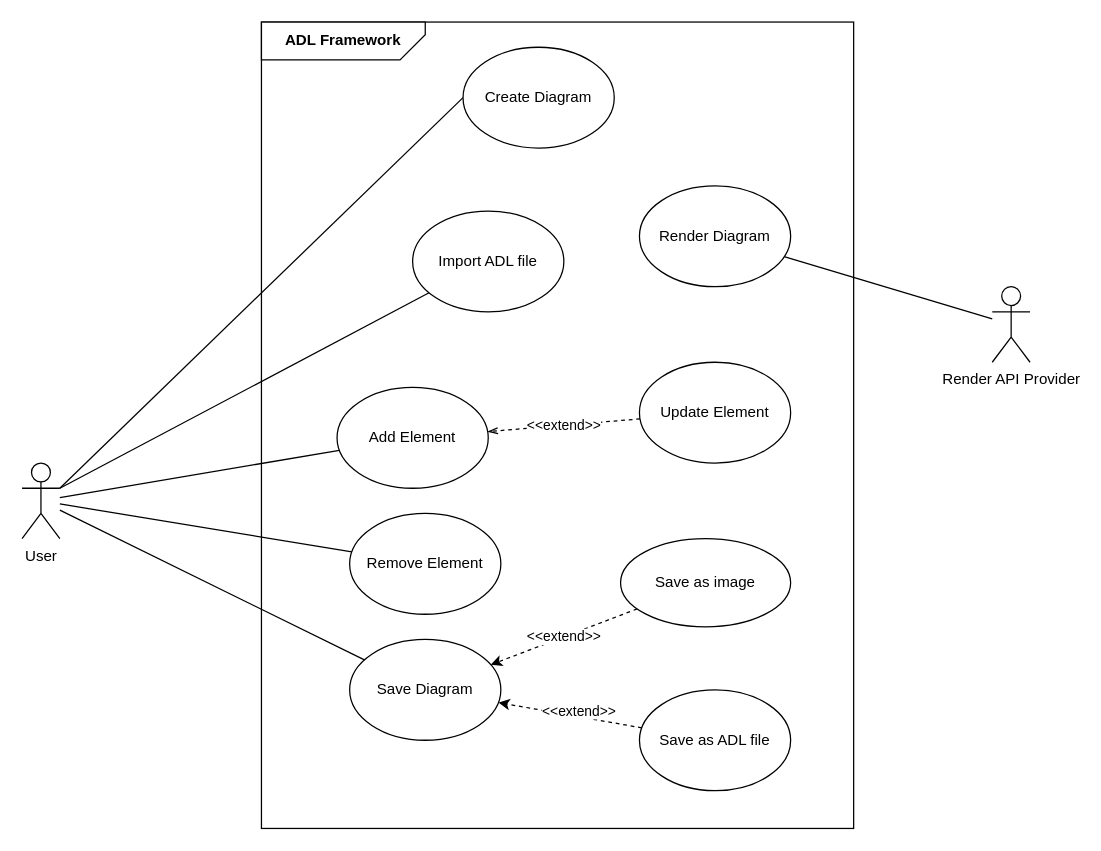
Above: UseCase.drawio in phunm211/SW-Associate-Architecture (draw.io), before the change. Source tidied: cells renumbered, new cells numbered last; positions are measured from the earlier drawing's top-left corner, leaving out a move shared by most shapes. Both pictures are drawn from the tidied source at 126%, with x=0, y=0 at pixel (21, -42).
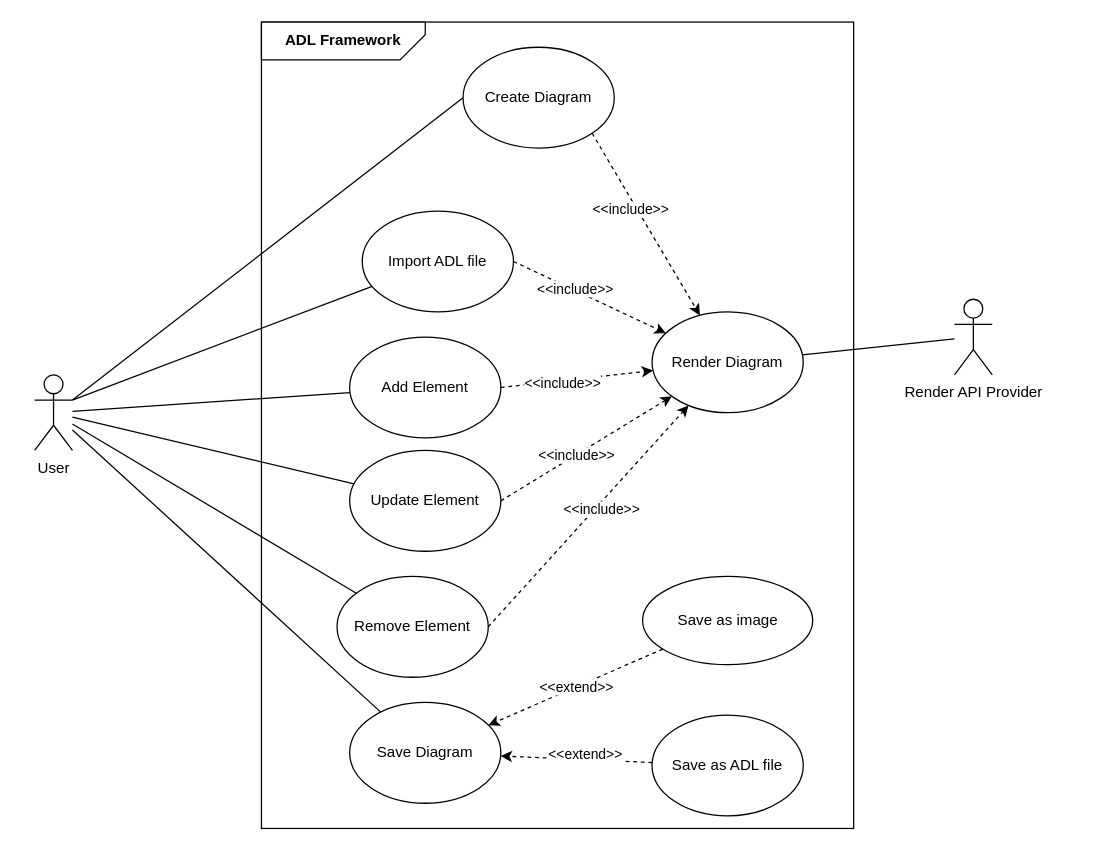
The same page after the edit.

The change refers to these unchanged cells:
```xml
<mxCell id="10" value="Create Diagram" style="ellipse;whiteSpace=wrap;html=1;" parent="1" vertex="1">
  <mxGeometry x="350" y="70" width="120" height="80" as="geometry" />
</mxCell>
```

Change to the diagram source:
```diff
@@
+    <mxCell id="25" style="rounded=0;jettySize=auto;html=1;endArrow=none;endFill=0;" parent="1" edge="1" source="8" target="16">
+      <mxGeometry relative="1" as="geometry" />
+    </mxCell>
     <mxCell id="8" value="User" style="shape=umlActor;verticalLabelPosition=bottom;verticalAlign=top;html=1;" parent="1" vertex="1">
-      <mxGeometry y="400" width="30" height="60" as="geometry" />
+      <mxGeometry x="10" y="330" width="30" height="60" as="geometry" />
     </mxCell>
@@
+    <mxCell id="26" style="rounded=0;jettySize=auto;html=1;exitX=1;exitY=1;exitDx=0;exitDy=0;dashed=1;" parent="1" edge="1" source="10" target="23">
+      <mxGeometry relative="1" as="geometry" />
+    </mxCell>
+    <mxCell id="27" value="&amp;lt;&amp;lt;include&amp;gt;&amp;gt;" style="edgeLabel;html=1;align=center;verticalAlign=middle;" parent="26" vertex="1">
+      <mxGeometry x="-0.2" y="-5" relative="1" as="geometry" />
+    </mxCell>
@@
+    <mxCell id="28" style="rounded=0;jettySize=auto;html=1;exitX=1;exitY=0.5;exitDx=0;exitDy=0;dashed=1;" parent="1" edge="1" source="11" target="23">
+      <mxGeometry relative="1" as="geometry" />
+    </mxCell>
+    <mxCell id="29" value="&amp;lt;&amp;lt;include&amp;gt;&amp;gt;" style="edgeLabel;html=1;align=center;verticalAlign=middle;" parent="28" vertex="1">
+      <mxGeometry x="-0.21" y="1" relative="1" as="geometry" />
+    </mxCell>
     <mxCell id="11" value="Import ADL file" style="ellipse;whiteSpace=wrap;html=1;" parent="1" vertex="1">
-      <mxGeometry x="310" y="200" width="120" height="80" as="geometry" />
+      <mxGeometry x="270" y="200" width="120" height="80" as="geometry" />
     </mxCell>
+    <mxCell id="30" style="rounded=0;jettySize=auto;html=1;exitX=1;exitY=0.5;exitDx=0;exitDy=0;dashed=1;" parent="1" edge="1" source="12" target="23">
+      <mxGeometry relative="1" as="geometry" />
+    </mxCell>
+    <mxCell id="31" value="&amp;lt;&amp;lt;include&amp;gt;&amp;gt;" style="edgeLabel;html=1;align=center;verticalAlign=middle;" parent="30" vertex="1">
+      <mxGeometry x="-0.2" y="-2" relative="1" as="geometry" />
+    </mxCell>
     <mxCell id="12" value="Add Element" style="ellipse;whiteSpace=wrap;html=1;" parent="1" vertex="1">
-      <mxGeometry x="250" y="340" width="120" height="80" as="geometry" />
+      <mxGeometry x="260" y="300" width="120" height="80" as="geometry" />
     </mxCell>
     <mxCell id="13" value="Save Diagram" style="ellipse;whiteSpace=wrap;html=1;" parent="1" vertex="1">
-      <mxGeometry x="260" y="540" width="120" height="80" as="geometry" />
+      <mxGeometry x="260" y="590" width="120" height="80" as="geometry" />
     </mxCell>
+    <mxCell id="32" style="rounded=0;jettySize=auto;html=1;exitX=1;exitY=0.5;exitDx=0;exitDy=0;dashed=1;" parent="1" edge="1" source="14" target="23">
+      <mxGeometry relative="1" as="geometry" />
+    </mxCell>
+    <mxCell id="33" value="&amp;lt;&amp;lt;include&amp;gt;&amp;gt;" style="edgeLabel;html=1;align=center;verticalAlign=middle;" parent="32" vertex="1">
+      <mxGeometry x="0.09" y="-3" relative="1" as="geometry">
+        <mxPoint x="1" as="offset" />
+      </mxGeometry>
+    </mxCell>
     <mxCell id="14" value="Remove Element" style="ellipse;whiteSpace=wrap;html=1;" parent="1" vertex="1">
-      <mxGeometry x="260" y="440" width="120" height="80" as="geometry" />
+      <mxGeometry x="250" y="490" width="120" height="80" as="geometry" />
     </mxCell>
-    <mxCell id="15" value="&amp;lt;&amp;lt;extend&amp;gt;&amp;gt;" style="rounded=0;jettySize=auto;html=1;dashed=1;endArrow=openThin;endFill=0;" parent="1" edge="1" source="16" target="12">
-      <mxGeometry relative="1" as="geometry" />
-    </mxCell>
+    <mxCell id="34" style="rounded=0;jettySize=auto;html=1;exitX=1;exitY=0.5;exitDx=0;exitDy=0;dashed=1;" parent="1" edge="1" source="16" target="23">
+      <mxGeometry relative="1" as="geometry" />
+    </mxCell>
+    <mxCell id="35" value="&amp;lt;&amp;lt;include&amp;gt;&amp;gt;" style="edgeLabel;html=1;align=center;verticalAlign=middle;" parent="34" vertex="1">
+      <mxGeometry x="-0.12" relative="1" as="geometry" />
+    </mxCell>
     <mxCell id="16" value="Update Element" style="ellipse;whiteSpace=wrap;html=1;" parent="1" vertex="1">
-      <mxGeometry x="490" y="320" width="120" height="80" as="geometry" />
+      <mxGeometry x="260" y="390" width="120" height="80" as="geometry" />
     </mxCell>
@@
     <mxCell id="19" value="Save as ADL file" style="ellipse;whiteSpace=wrap;html=1;" parent="1" vertex="1">
-      <mxGeometry x="490" y="580" width="120" height="80" as="geometry" />
+      <mxGeometry x="500" y="600" width="120" height="80" as="geometry" />
     </mxCell>
@@
     <mxCell id="21" value="Save as image" style="ellipse;whiteSpace=wrap;html=1;" parent="1" vertex="1">
-      <mxGeometry x="475" y="460" width="135" height="70" as="geometry" />
+      <mxGeometry x="492.5" y="490" width="135" height="70" as="geometry" />
     </mxCell>
@@
     <mxCell id="23" value="Render Diagram" style="ellipse;whiteSpace=wrap;html=1;" parent="1" vertex="1">
-      <mxGeometry x="490" y="180" width="120" height="80" as="geometry" />
+      <mxGeometry x="500" y="280" width="120" height="80" as="geometry" />
     </mxCell>
     <mxCell id="24" value="Render API Provider" style="shape=umlActor;verticalLabelPosition=bottom;verticalAlign=top;html=1;outlineConnect=0;" parent="1" vertex="1">
-      <mxGeometry x="770" y="260" width="30" height="60" as="geometry" />
+      <mxGeometry x="740" y="270" width="30" height="60" as="geometry" />
     </mxCell>
```
